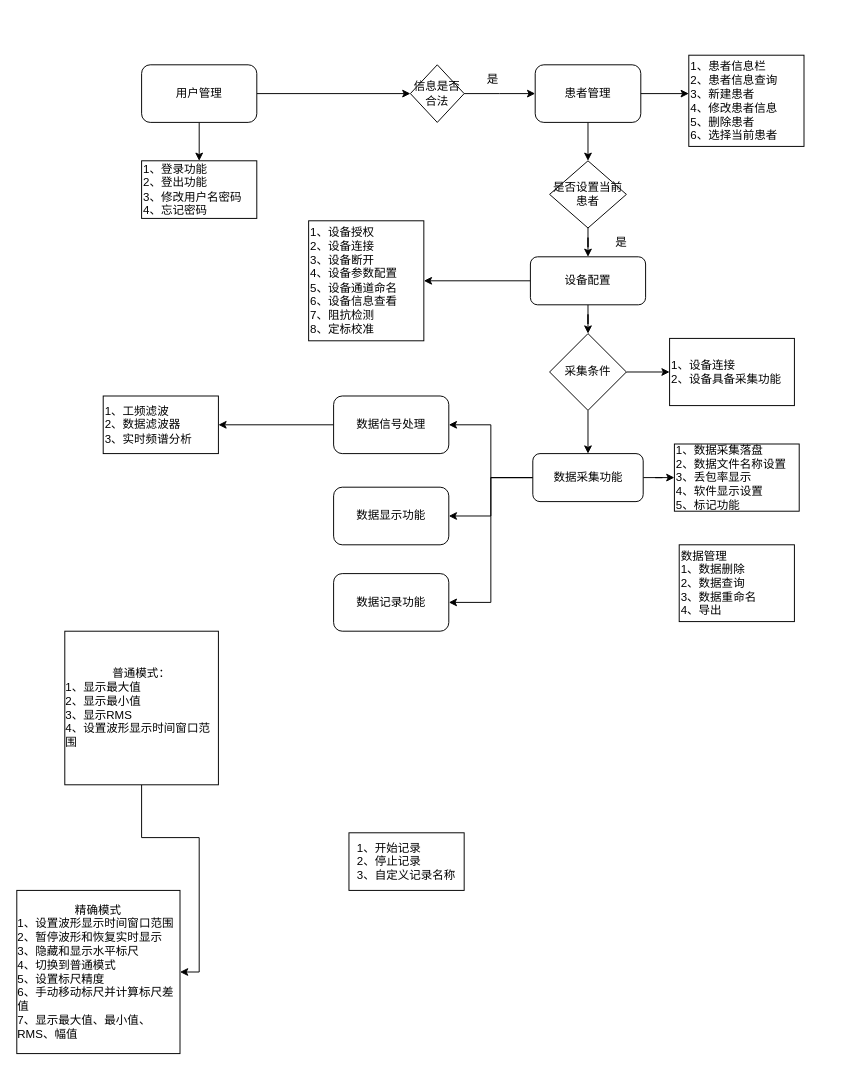
The draw.io diagram 脑电详细设计-前端-组成.drawio in yz360307/draw, before the edit. Source tidied: cells renumbered, new cells numbered last; positions are measured from the earlier drawing's top-left corner, leaving out a move shared by most shapes. Both pictures are drawn from the tidied source at 96%, with x=0, y=0 at pixel (16, 55).
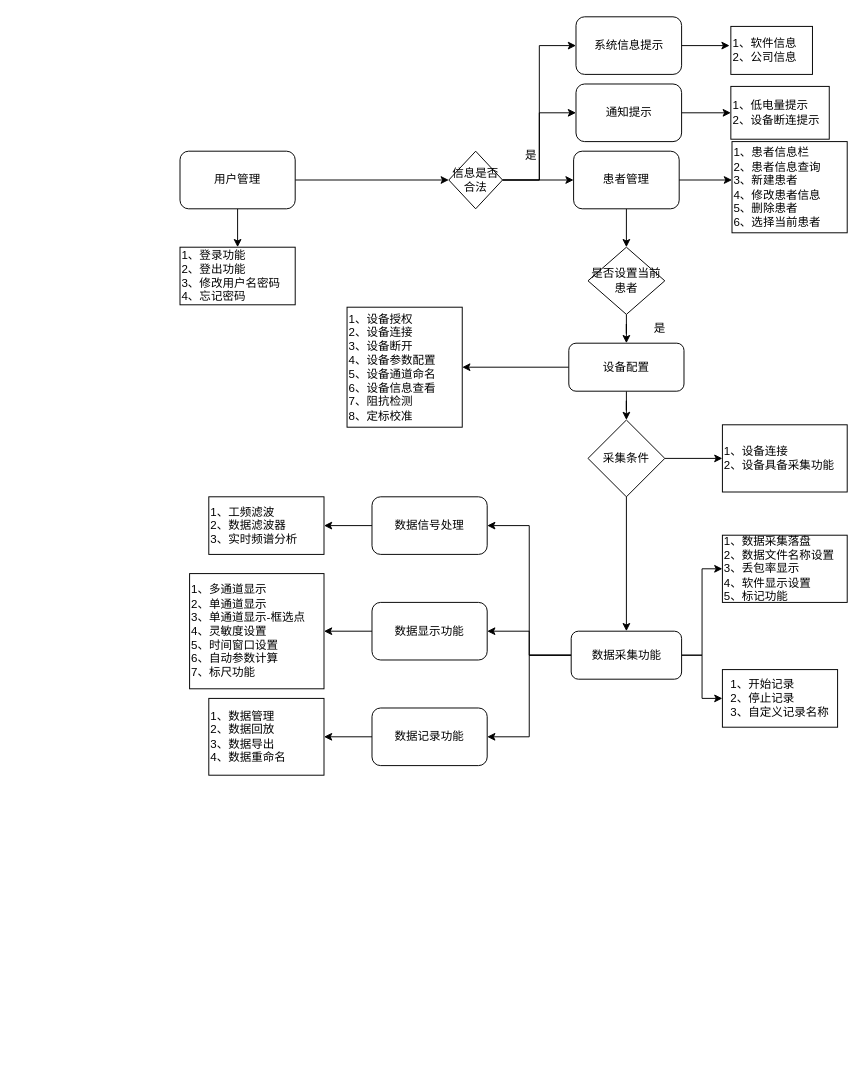
Above is the later version.

Commit message:
更新脑电详细设计-前端-组成.drawio

The edit, as a diff of the source:
```diff
@@
-    <mxCell id="2" style="edgeStyle=orthogonalEdgeStyle;rounded=0;jettySize=auto;html=1;" parent="1" edge="1" source="3">
-      <mxGeometry relative="1" as="geometry">
-        <mxPoint x="540" y="40" as="targetPoint" />
-      </mxGeometry>
-    </mxCell>
+    <mxCell id="40" style="edgeStyle=orthogonalEdgeStyle;rounded=0;jettySize=auto;html=1;entryX=0;entryY=0.5;entryDx=0;entryDy=0;" parent="1" edge="1" source="3" target="5">
+      <mxGeometry relative="1" as="geometry" />
+    </mxCell>
+    <mxCell id="41" style="edgeStyle=orthogonalEdgeStyle;rounded=0;jettySize=auto;html=1;entryX=0;entryY=0.5;entryDx=0;entryDy=0;" parent="1" edge="1" source="3" target="54">
+      <mxGeometry relative="1" as="geometry" />
+    </mxCell>
+    <mxCell id="42" style="edgeStyle=orthogonalEdgeStyle;rounded=0;jettySize=auto;html=1;entryX=0;entryY=0.5;entryDx=0;entryDy=0;" parent="1" edge="1" source="3" target="51">
+      <mxGeometry relative="1" as="geometry" />
+    </mxCell>
     <mxCell id="3" value="信息是否合法" style="rhombus;whiteSpace=wrap;html=1;" parent="1" vertex="1">
-      <mxGeometry x="410" y="10" width="56" height="60" as="geometry" />
+      <mxGeometry x="450" y="100" width="56" height="60" as="geometry" />
     </mxCell>
@@
     <mxCell id="5" value="患者管理" style="rounded=1;whiteSpace=wrap;html=1;" parent="1" vertex="1">
-      <mxGeometry x="540" y="10" width="110" height="60" as="geometry" />
+      <mxGeometry x="580" y="100" width="110" height="60" as="geometry" />
     </mxCell>
-    <mxCell id="6" value="是" style="text;html=1;strokeColor=none;fillColor=none;align=center;verticalAlign=middle;whiteSpace=wrap;rounded=0;" parent="1" vertex="1">
-      <mxGeometry x="466" y="10" width="60" height="30" as="geometry" />
-    </mxCell>
+    <mxCell id="43" value="是" style="text;html=1;strokeColor=none;fillColor=none;align=center;verticalAlign=middle;whiteSpace=wrap;rounded=0;" parent="1" vertex="1">
+      <mxGeometry x="506" y="90" width="60" height="30" as="geometry" />
+    </mxCell>
@@
     <mxCell id="8" value="是否设置当前患者" style="rhombus;whiteSpace=wrap;html=1;" parent="1" vertex="1">
-      <mxGeometry x="555" y="110" width="80" height="70" as="geometry" />
+      <mxGeometry x="595" y="200" width="80" height="70" as="geometry" />
     </mxCell>
@@
     <mxCell id="11" value="设备配置" style="rounded=1;whiteSpace=wrap;html=1;" parent="1" vertex="1">
-      <mxGeometry x="535" y="210" width="120" height="50" as="geometry" />
+      <mxGeometry x="575" y="300" width="120" height="50" as="geometry" />
     </mxCell>
     <mxCell id="12" value="&lt;div style=&quot;&quot;&gt;1、设备授权&lt;/div&gt;&lt;div style=&quot;&quot;&gt;2、设备连接&lt;br&gt;&lt;/div&gt;&lt;div style=&quot;&quot;&gt;3、设备断开&lt;/div&gt;&lt;div style=&quot;&quot;&gt;4、设备参数配置&lt;/div&gt;&lt;div style=&quot;&quot;&gt;5、设备通道命名&lt;/div&gt;&lt;div style=&quot;&quot;&gt;6、设备信息查看&lt;/div&gt;&lt;div style=&quot;&quot;&gt;7、阻抗检测&lt;/div&gt;&lt;div style=&quot;&quot;&gt;8、定标校准&lt;/div&gt;" style="rounded=0;whiteSpace=wrap;html=1;align=left;" parent="1" vertex="1">
-      <mxGeometry x="304" y="172.5" width="120" height="125" as="geometry" />
+      <mxGeometry x="344" y="262.5" width="120" height="125" as="geometry" />
     </mxCell>
@@
     <mxCell id="15" value="采集条件" style="rhombus;whiteSpace=wrap;html=1;" parent="1" vertex="1">
-      <mxGeometry x="555" y="290" width="80" height="80" as="geometry" />
+      <mxGeometry x="595" y="380" width="80" height="80" as="geometry" />
     </mxCell>
-    <mxCell id="16" value="数据管理&lt;br&gt;1、数据删除&lt;br&gt;2、数据查询&lt;br&gt;3、数据重命名&lt;br&gt;4、导出" style="rounded=0;whiteSpace=wrap;html=1;align=left;" parent="1" vertex="1">
-      <mxGeometry x="690" y="510" width="120" height="80" as="geometry" />
-    </mxCell>
+    <mxCell id="44" value="1、数据管理&lt;br&gt;2、数据回放&lt;br&gt;3、数据导出&lt;br&gt;4、数据重命名" style="rounded=0;whiteSpace=wrap;html=1;align=left;" parent="1" vertex="1">
+      <mxGeometry x="200" y="670" width="120" height="80" as="geometry" />
+    </mxCell>
     <mxCell id="17" value="&lt;div style=&quot;text-align: left;&quot;&gt;1、开始记录&lt;/div&gt;&lt;div style=&quot;text-align: left;&quot;&gt;2、停止记录&lt;/div&gt;&lt;div style=&quot;text-align: left;&quot;&gt;3、自定义记录名称&lt;/div&gt;" style="rounded=0;whiteSpace=wrap;html=1;" parent="1" vertex="1">
-      <mxGeometry x="346" y="810" width="120" height="60" as="geometry" />
+      <mxGeometry x="735" y="640" width="120" height="60" as="geometry" />
     </mxCell>
-    <mxCell id="18" value="是" style="text;html=1;strokeColor=none;fillColor=none;align=center;verticalAlign=middle;whiteSpace=wrap;rounded=0;" parent="1" vertex="1">
-      <mxGeometry x="600" y="180" width="60" height="30" as="geometry" />
-    </mxCell>
-    <mxCell id="19" style="edgeStyle=orthogonalEdgeStyle;rounded=0;jettySize=auto;html=1;entryX=1;entryY=0.5;entryDx=0;entryDy=0;" parent="1" edge="1" source="20" target="21">
-      <mxGeometry relative="1" as="geometry" />
-    </mxCell>
-    <mxCell id="20" value="普通模式：&lt;br&gt;&lt;div style=&quot;border-color: var(--border-color); text-align: left;&quot;&gt;1、显示最大值&lt;/div&gt;&lt;div style=&quot;border-color: var(--border-color); text-align: left;&quot;&gt;2、显示最小值&lt;/div&gt;&lt;div style=&quot;border-color: var(--border-color); text-align: left;&quot;&gt;3、显示RMS&lt;/div&gt;&lt;div style=&quot;border-color: var(--border-color); text-align: left;&quot;&gt;4、设置波形显示时间窗口范围&lt;/div&gt;" style="whiteSpace=wrap;html=1;" parent="1" vertex="1">
-      <mxGeometry x="50" y="600" width="160" height="160" as="geometry" />
-    </mxCell>
-    <mxCell id="21" value="精确模式&lt;br&gt;&lt;div style=&quot;border-color: var(--border-color); text-align: left;&quot;&gt;1、设置波形显示时间窗口范围&lt;/div&gt;&lt;div style=&quot;border-color: var(--border-color); text-align: left;&quot;&gt;2、暂停波形和恢复实时显示&lt;/div&gt;&lt;div style=&quot;border-color: var(--border-color); text-align: left;&quot;&gt;3、隐藏和显示水平标尺&lt;/div&gt;&lt;div style=&quot;border-color: var(--border-color); text-align: left;&quot;&gt;4、切换到普通模式&lt;/div&gt;&lt;div style=&quot;border-color: var(--border-color); text-align: left;&quot;&gt;5、设置标尺精度&lt;/div&gt;&lt;div style=&quot;border-color: var(--border-color); text-align: left;&quot;&gt;6、手动移动标尺并计算标尺差值&lt;/div&gt;&lt;div style=&quot;border-color: var(--border-color); text-align: left;&quot;&gt;7、显示最大值、最小值、RMS、幅值&lt;/div&gt;" style="whiteSpace=wrap;html=1;" parent="1" vertex="1">
-      <mxGeometry y="870" width="170" height="170" as="geometry" />
-    </mxCell>
+    <mxCell id="45" value="是" style="text;html=1;strokeColor=none;fillColor=none;align=center;verticalAlign=middle;whiteSpace=wrap;rounded=0;" parent="1" vertex="1">
+      <mxGeometry x="640" y="270" width="60" height="30" as="geometry" />
+    </mxCell>
     <mxCell id="22" value="1、登录功能&lt;div&gt;2、登出功能&lt;/div&gt;&lt;div&gt;3、修改用户名密码&lt;/div&gt;&lt;div&gt;4、忘记密码&lt;/div&gt;" style="rounded=0;whiteSpace=wrap;html=1;align=left;" parent="1" vertex="1">
-      <mxGeometry x="130" y="110" width="120" height="60" as="geometry" />
+      <mxGeometry x="170" y="200" width="120" height="60" as="geometry" />
     </mxCell>
@@
     <mxCell id="25" value="用户管理" style="rounded=1;whiteSpace=wrap;html=1;" parent="1" vertex="1">
-      <mxGeometry x="130" y="10" width="120" height="60" as="geometry" />
+      <mxGeometry x="170" y="100" width="120" height="60" as="geometry" />
     </mxCell>
     <mxCell id="26" value="&lt;div style=&quot;&quot;&gt;1、患者信息栏&lt;/div&gt;&lt;div style=&quot;&quot;&gt;2、患者信息查询&lt;br&gt;&lt;/div&gt;&lt;div style=&quot;&quot;&gt;3、新建患者&lt;/div&gt;&lt;div style=&quot;&quot;&gt;4、修改患者信息&lt;/div&gt;&lt;div style=&quot;&quot;&gt;5、删除患者&lt;/div&gt;&lt;div style=&quot;&quot;&gt;6、选择当前患者&lt;/div&gt;" style="rounded=0;whiteSpace=wrap;html=1;align=left;" parent="1" vertex="1">
-      <mxGeometry x="700" width="120" height="95" as="geometry" />
+      <mxGeometry x="745" y="90" width="120" height="95" as="geometry" />
     </mxCell>
@@
     <mxCell id="28" value="1、数据采集落盘&lt;div&gt;2、数据文件名称设置&lt;/div&gt;&lt;div&gt;3、丢包率显示&lt;/div&gt;&lt;div&gt;4、软件显示设置&lt;/div&gt;&lt;div&gt;5、标记功能&lt;/div&gt;" style="rounded=0;whiteSpace=wrap;html=1;align=left;" parent="1" vertex="1">
-      <mxGeometry x="685" y="405" width="130" height="70" as="geometry" />
+      <mxGeometry x="735" y="500" width="130" height="70" as="geometry" />
     </mxCell>
     <mxCell id="29" value="1、设备连接&lt;br&gt;&lt;div&gt;2、设备具备采集功能&lt;/div&gt;" style="rounded=0;whiteSpace=wrap;html=1;align=left;" parent="1" vertex="1">
-      <mxGeometry x="680" y="295" width="130" height="70" as="geometry" />
+      <mxGeometry x="735" y="385" width="130" height="70" as="geometry" />
     </mxCell>
@@
+    <mxCell id="32" style="edgeStyle=orthogonalEdgeStyle;rounded=0;jettySize=auto;html=1;" parent="1" edge="1" source="34" target="37">
+      <mxGeometry relative="1" as="geometry" />
+    </mxCell>
-    <mxCell id="31" style="edgeStyle=orthogonalEdgeStyle;rounded=0;jettySize=auto;html=1;" parent="1" edge="1" source="34" target="36">
+    <mxCell id="31" style="edgeStyle=orthogonalEdgeStyle;rounded=0;jettySize=auto;html=1;entryX=1;entryY=0.5;entryDx=0;entryDy=0;" parent="1" edge="1" source="34" target="36">
       <mxGeometry relative="1" as="geometry" />
     </mxCell>
-    <mxCell id="32" style="edgeStyle=orthogonalEdgeStyle;rounded=0;jettySize=auto;html=1;" parent="1" edge="1" source="34" target="37">
-      <mxGeometry relative="1" as="geometry" />
-    </mxCell>
@@
+    <mxCell id="46" style="edgeStyle=orthogonalEdgeStyle;rounded=0;jettySize=auto;html=1;entryX=0;entryY=0.5;entryDx=0;entryDy=0;" parent="1" edge="1" source="34" target="17">
+      <mxGeometry relative="1" as="geometry" />
+    </mxCell>
     <mxCell id="34" value="数据采集功能" style="rounded=1;whiteSpace=wrap;html=1;" parent="1" vertex="1">
-      <mxGeometry x="537.5" y="415" width="115" height="50" as="geometry" />
+      <mxGeometry x="577.5" y="600" width="115" height="50" as="geometry" />
     </mxCell>
@@
     <mxCell id="36" value="数据信号处理" style="whiteSpace=wrap;html=1;rounded=1;" parent="1" vertex="1">
-      <mxGeometry x="330" y="355" width="120" height="60" as="geometry" />
+      <mxGeometry x="370" y="460" width="120" height="60" as="geometry" />
     </mxCell>
-    <mxCell id="37" value="数据显示功能" style="whiteSpace=wrap;html=1;rounded=1;" parent="1" vertex="1">
-      <mxGeometry x="330" y="450" width="120" height="60" as="geometry" />
-    </mxCell>
+    <mxCell id="47" style="edgeStyle=orthogonalEdgeStyle;rounded=0;jettySize=auto;html=1;entryX=1;entryY=0.5;entryDx=0;entryDy=0;" parent="1" edge="1" source="37" target="49">
+      <mxGeometry relative="1" as="geometry" />
+    </mxCell>
+    <mxCell id="48" style="edgeStyle=orthogonalEdgeStyle;rounded=0;jettySize=auto;html=1;" parent="1" edge="1" source="38" target="44">
+      <mxGeometry relative="1" as="geometry" />
+    </mxCell>
     <mxCell id="38" value="数据记录功能" style="whiteSpace=wrap;html=1;rounded=1;" parent="1" vertex="1">
-      <mxGeometry x="330" y="540" width="120" height="60" as="geometry" />
+      <mxGeometry x="370" y="680" width="120" height="60" as="geometry" />
     </mxCell>
     <mxCell id="39" value="1、工频滤波&lt;div&gt;2、数据滤波器&lt;/div&gt;&lt;div&gt;3、实时频谱分析&lt;/div&gt;" style="rounded=0;whiteSpace=wrap;html=1;align=left;" parent="1" vertex="1">
-      <mxGeometry x="90" y="355" width="120" height="60" as="geometry" />
+      <mxGeometry x="200" y="460" width="120" height="60" as="geometry" />
     </mxCell>
+    <mxCell id="49" value="1、多通道显示&lt;div&gt;2、单通道显示&lt;/div&gt;&lt;div&gt;3、单通道显示-框选点&lt;/div&gt;&lt;div&gt;4、灵敏度设置&lt;/div&gt;&lt;div&gt;5、时间窗口设置&lt;/div&gt;&lt;div&gt;6、自动参数计算&lt;/div&gt;&lt;div&gt;7、标尺功能&lt;/div&gt;" style="rounded=0;whiteSpace=wrap;html=1;align=left;" parent="1" vertex="1">
+      <mxGeometry x="180" y="540" width="140" height="120" as="geometry" />
+    </mxCell>
+    <mxCell id="37" value="数据显示功能" style="whiteSpace=wrap;html=1;rounded=1;" parent="1" vertex="1">
+      <mxGeometry x="370" y="570" width="120" height="60" as="geometry" />
+    </mxCell>
+    <mxCell id="50" style="edgeStyle=orthogonalEdgeStyle;rounded=0;orthogonalLoop=1;jettySize=auto;html=1;exitX=1;exitY=0.5;exitDx=0;exitDy=0;entryX=0;entryY=0.5;entryDx=0;entryDy=0;" parent="1" edge="1">
+      <mxGeometry relative="1" as="geometry">
+        <mxPoint x="692.5" y="-10" as="sourcePoint" />
+        <mxPoint x="742.5" y="-10" as="targetPoint" />
+      </mxGeometry>
+    </mxCell>
+    <mxCell id="51" value="系统信息提示" style="rounded=1;whiteSpace=wrap;html=1;" parent="1" vertex="1">
+      <mxGeometry x="582.5" y="-40" width="110" height="60" as="geometry" />
+    </mxCell>
+    <mxCell id="52" value="&lt;div style=&quot;&quot;&gt;1、软件信息&lt;/div&gt;&lt;div style=&quot;&quot;&gt;2、公司信息&lt;/div&gt;" style="rounded=0;whiteSpace=wrap;html=1;align=left;" parent="1" vertex="1">
+      <mxGeometry x="743.8" y="-30" width="85" height="50" as="geometry" />
+    </mxCell>
+    <mxCell id="53" style="edgeStyle=orthogonalEdgeStyle;rounded=0;jettySize=auto;html=1;entryX=0;entryY=0.5;entryDx=0;entryDy=0;" parent="1" edge="1" source="54" target="55">
+      <mxGeometry relative="1" as="geometry" />
+    </mxCell>
+    <mxCell id="54" value="通知提示" style="rounded=1;whiteSpace=wrap;html=1;" parent="1" vertex="1">
+      <mxGeometry x="582.5" y="30" width="110" height="60" as="geometry" />
+    </mxCell>
+    <mxCell id="55" value="&lt;div style=&quot;&quot;&gt;1、低电量提示&lt;/div&gt;&lt;div style=&quot;&quot;&gt;2、设备断连提示&lt;/div&gt;" style="rounded=0;whiteSpace=wrap;html=1;align=left;" parent="1" vertex="1">
+      <mxGeometry x="743.8" y="32.5" width="102.5" height="55" as="geometry" />
+    </mxCell>
```
